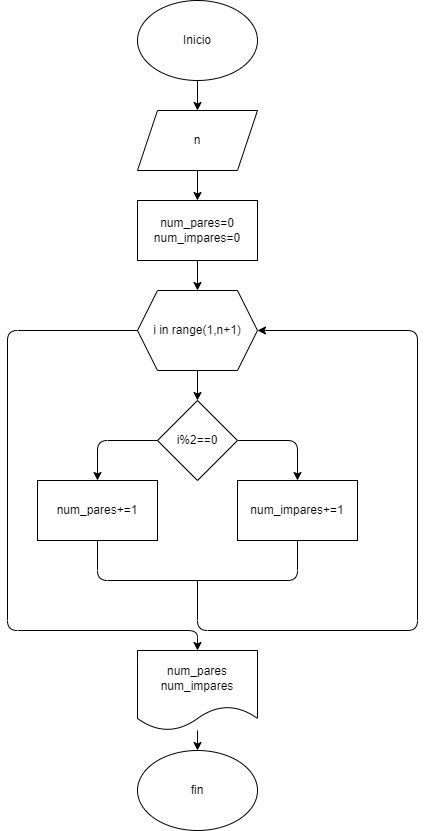
This is diagrama1.png from cristian007369/for, a draw.io export, as it was before one commit. Source tidied: cells renumbered, new cells last; positions are measured from the earlier drawing's top-left corner, leaving out a move shared by most shapes.
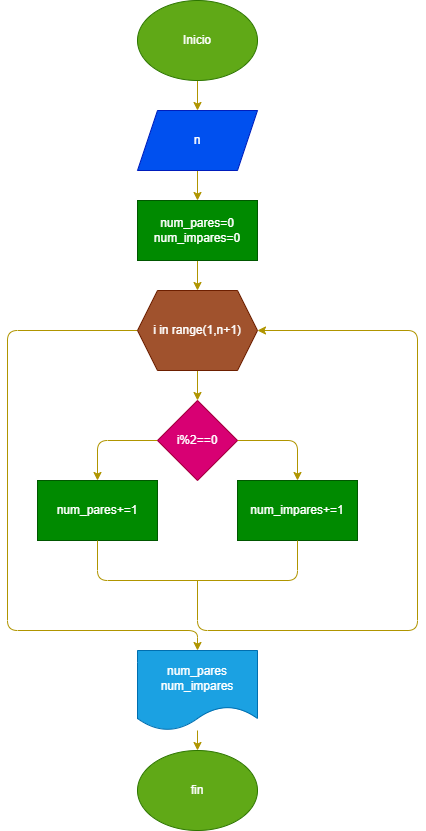
The same diagram one commit later.

Change to the diagram source:
```diff
@@ -2,28 +2,28 @@
   <root>
     <mxCell id="0" />
     <mxCell id="1" parent="0" />
-    <mxCell id="2" style="edgeStyle=none;html=1;exitX=0.5;exitY=1;exitDx=0;exitDy=0;entryX=0.5;entryY=0;entryDx=0;entryDy=0;" parent="1" edge="1" source="3" target="5">
+    <mxCell id="2" style="edgeStyle=none;html=1;exitX=0.5;exitY=1;exitDx=0;exitDy=0;entryX=0.5;entryY=0;entryDx=0;entryDy=0;fillColor=#e3c800;strokeColor=#B09500;" parent="1" edge="1" source="3" target="5">
       <mxGeometry relative="1" as="geometry" />
     </mxCell>
-    <mxCell id="3" value="Inicio" style="ellipse;whiteSpace=wrap;html=1;" parent="1" vertex="1">
+    <mxCell id="3" value="Inicio" style="ellipse;whiteSpace=wrap;html=1;fillColor=#60a917;fontColor=#ffffff;strokeColor=#2D7600;" parent="1" vertex="1">
       <mxGeometry x="130" width="120" height="80" as="geometry" />
     </mxCell>
-    <mxCell id="4" style="edgeStyle=none;html=1;exitX=0.5;exitY=1;exitDx=0;exitDy=0;entryX=0.5;entryY=0;entryDx=0;entryDy=0;" parent="1" edge="1" source="5" target="7">
+    <mxCell id="4" style="edgeStyle=none;html=1;exitX=0.5;exitY=1;exitDx=0;exitDy=0;entryX=0.5;entryY=0;entryDx=0;entryDy=0;fillColor=#e3c800;strokeColor=#B09500;" parent="1" edge="1" source="5" target="7">
       <mxGeometry relative="1" as="geometry" />
     </mxCell>
-    <mxCell id="5" value="n" style="shape=parallelogram;perimeter=parallelogramPerimeter;whiteSpace=wrap;html=1;fixedSize=1;" parent="1" vertex="1">
+    <mxCell id="5" value="n" style="shape=parallelogram;perimeter=parallelogramPerimeter;whiteSpace=wrap;html=1;fixedSize=1;fillColor=#0050ef;fontColor=#ffffff;strokeColor=#001DBC;" parent="1" vertex="1">
       <mxGeometry x="130" y="110" width="120" height="60" as="geometry" />
     </mxCell>
-    <mxCell id="6" style="edgeStyle=none;html=1;exitX=0.5;exitY=1;exitDx=0;exitDy=0;entryX=0.5;entryY=0;entryDx=0;entryDy=0;" parent="1" edge="1" source="7" target="10">
+    <mxCell id="6" style="edgeStyle=none;html=1;exitX=0.5;exitY=1;exitDx=0;exitDy=0;entryX=0.5;entryY=0;entryDx=0;entryDy=0;fillColor=#e3c800;strokeColor=#B09500;" parent="1" edge="1" source="7" target="10">
       <mxGeometry relative="1" as="geometry" />
     </mxCell>
-    <mxCell id="7" value="num_pares=0&lt;br&gt;num_impares=0" style="rounded=0;whiteSpace=wrap;html=1;" parent="1" vertex="1">
+    <mxCell id="7" value="num_pares=0&lt;br&gt;num_impares=0" style="rounded=0;whiteSpace=wrap;html=1;fillColor=#008a00;fontColor=#ffffff;strokeColor=#005700;" parent="1" vertex="1">
       <mxGeometry x="130" y="200" width="120" height="60" as="geometry" />
     </mxCell>
-    <mxCell id="8" style="edgeStyle=none;html=1;exitX=0.5;exitY=1;exitDx=0;exitDy=0;entryX=0.5;entryY=0;entryDx=0;entryDy=0;" parent="1" edge="1" source="10" target="13">
+    <mxCell id="8" style="edgeStyle=none;html=1;exitX=0.5;exitY=1;exitDx=0;exitDy=0;entryX=0.5;entryY=0;entryDx=0;entryDy=0;fillColor=#e3c800;strokeColor=#B09500;" parent="1" edge="1" source="10" target="13">
       <mxGeometry relative="1" as="geometry" />
     </mxCell>
-    <mxCell id="9" style="edgeStyle=none;html=1;exitX=0;exitY=0.5;exitDx=0;exitDy=0;entryX=0.5;entryY=0;entryDx=0;entryDy=0;" parent="1" edge="1" source="10" target="17">
+    <mxCell id="9" style="edgeStyle=none;html=1;exitX=0;exitY=0.5;exitDx=0;exitDy=0;entryX=0.5;entryY=0;entryDx=0;entryDy=0;fillColor=#e3c800;strokeColor=#B09500;" parent="1" edge="1" source="10" target="17">
       <mxGeometry relative="1" as="geometry">
         <Array as="points">
           <mxPoint y="330" />
@@ -32,42 +32,42 @@
         </Array>
       </mxGeometry>
     </mxCell>
-    <mxCell id="10" value="i in range(1,n+1)" style="shape=hexagon;perimeter=hexagonPerimeter2;whiteSpace=wrap;html=1;fixedSize=1;" parent="1" vertex="1">
+    <mxCell id="10" value="i in range(1,n+1)" style="shape=hexagon;perimeter=hexagonPerimeter2;whiteSpace=wrap;html=1;fixedSize=1;fillColor=#a0522d;fontColor=#ffffff;strokeColor=#6D1F00;" parent="1" vertex="1">
       <mxGeometry x="130" y="290" width="120" height="80" as="geometry" />
     </mxCell>
-    <mxCell id="11" style="edgeStyle=none;html=1;exitX=1;exitY=0.5;exitDx=0;exitDy=0;entryX=0.5;entryY=0;entryDx=0;entryDy=0;" parent="1" edge="1" source="13" target="14">
+    <mxCell id="11" style="edgeStyle=none;html=1;exitX=1;exitY=0.5;exitDx=0;exitDy=0;entryX=0.5;entryY=0;entryDx=0;entryDy=0;fillColor=#e3c800;strokeColor=#B09500;" parent="1" edge="1" source="13" target="14">
       <mxGeometry relative="1" as="geometry">
         <Array as="points">
           <mxPoint x="290" y="440" />
         </Array>
       </mxGeometry>
     </mxCell>
-    <mxCell id="12" style="edgeStyle=none;html=1;exitX=0;exitY=0.5;exitDx=0;exitDy=0;entryX=0.5;entryY=0;entryDx=0;entryDy=0;" parent="1" edge="1" source="13" target="15">
+    <mxCell id="12" style="edgeStyle=none;html=1;exitX=0;exitY=0.5;exitDx=0;exitDy=0;entryX=0.5;entryY=0;entryDx=0;entryDy=0;fillColor=#e3c800;strokeColor=#B09500;" parent="1" edge="1" source="13" target="15">
       <mxGeometry relative="1" as="geometry">
         <Array as="points">
           <mxPoint x="90" y="440" />
         </Array>
       </mxGeometry>
     </mxCell>
-    <mxCell id="13" value="i%2==0" style="rhombus;whiteSpace=wrap;html=1;" parent="1" vertex="1">
+    <mxCell id="13" value="i%2==0" style="rhombus;whiteSpace=wrap;html=1;fillColor=#d80073;fontColor=#ffffff;strokeColor=#A50040;" parent="1" vertex="1">
       <mxGeometry x="150" y="400" width="80" height="80" as="geometry" />
     </mxCell>
-    <mxCell id="14" value="num_impares+=1" style="rounded=0;whiteSpace=wrap;html=1;" parent="1" vertex="1">
+    <mxCell id="14" value="num_impares+=1" style="rounded=0;whiteSpace=wrap;html=1;fillColor=#008a00;fontColor=#ffffff;strokeColor=#005700;" parent="1" vertex="1">
       <mxGeometry x="230" y="480" width="120" height="60" as="geometry" />
     </mxCell>
-    <mxCell id="15" value="num_pares+=1" style="rounded=0;whiteSpace=wrap;html=1;" parent="1" vertex="1">
+    <mxCell id="15" value="num_pares+=1" style="rounded=0;whiteSpace=wrap;html=1;fillColor=#008a00;fontColor=#ffffff;strokeColor=#005700;" parent="1" vertex="1">
       <mxGeometry x="30" y="480" width="120" height="60" as="geometry" />
     </mxCell>
-    <mxCell id="16" style="edgeStyle=none;html=1;" parent="1" edge="1" source="17" target="18">
+    <mxCell id="16" style="edgeStyle=none;html=1;fillColor=#e3c800;strokeColor=#B09500;" parent="1" edge="1" source="17" target="18">
       <mxGeometry relative="1" as="geometry" />
     </mxCell>
-    <mxCell id="17" value="num_pares&lt;br&gt;num_impares" style="shape=document;whiteSpace=wrap;html=1;boundedLbl=1;" parent="1" vertex="1">
+    <mxCell id="17" value="num_pares&lt;br&gt;num_impares" style="shape=document;whiteSpace=wrap;html=1;boundedLbl=1;fillColor=#1ba1e2;fontColor=#ffffff;strokeColor=#006EAF;" parent="1" vertex="1">
       <mxGeometry x="130" y="650" width="120" height="80" as="geometry" />
     </mxCell>
-    <mxCell id="18" value="fin" style="ellipse;whiteSpace=wrap;html=1;" parent="1" vertex="1">
+    <mxCell id="18" value="fin" style="ellipse;whiteSpace=wrap;html=1;fillColor=#60a917;fontColor=#ffffff;strokeColor=#2D7600;" parent="1" vertex="1">
       <mxGeometry x="130" y="750" width="120" height="80" as="geometry" />
     </mxCell>
-    <mxCell id="19" style="endArrow=none;html=1;exitX=0.5;exitY=1;exitDx=0;exitDy=0;entryX=0.5;entryY=1;entryDx=0;entryDy=0;" parent="1" edge="1" source="15" target="14">
+    <mxCell id="19" style="endArrow=none;html=1;exitX=0.5;exitY=1;exitDx=0;exitDy=0;entryX=0.5;entryY=1;entryDx=0;entryDy=0;fillColor=#e3c800;strokeColor=#B09500;" parent="1" edge="1" source="15" target="14">
       <mxGeometry relative="1" as="geometry">
         <Array as="points">
           <mxPoint x="90" y="580" />
@@ -75,7 +75,7 @@
         </Array>
       </mxGeometry>
     </mxCell>
-    <mxCell id="20" style="endArrow=classic;html=1;entryX=1;entryY=0.5;entryDx=0;entryDy=0;" parent="1" edge="1" target="10">
+    <mxCell id="20" style="endArrow=classic;html=1;entryX=1;entryY=0.5;entryDx=0;entryDy=0;fillColor=#e3c800;strokeColor=#B09500;" parent="1" edge="1" target="10">
       <mxGeometry relative="1" as="geometry">
         <mxPoint x="190" y="580" as="sourcePoint" />
         <Array as="points">
```
